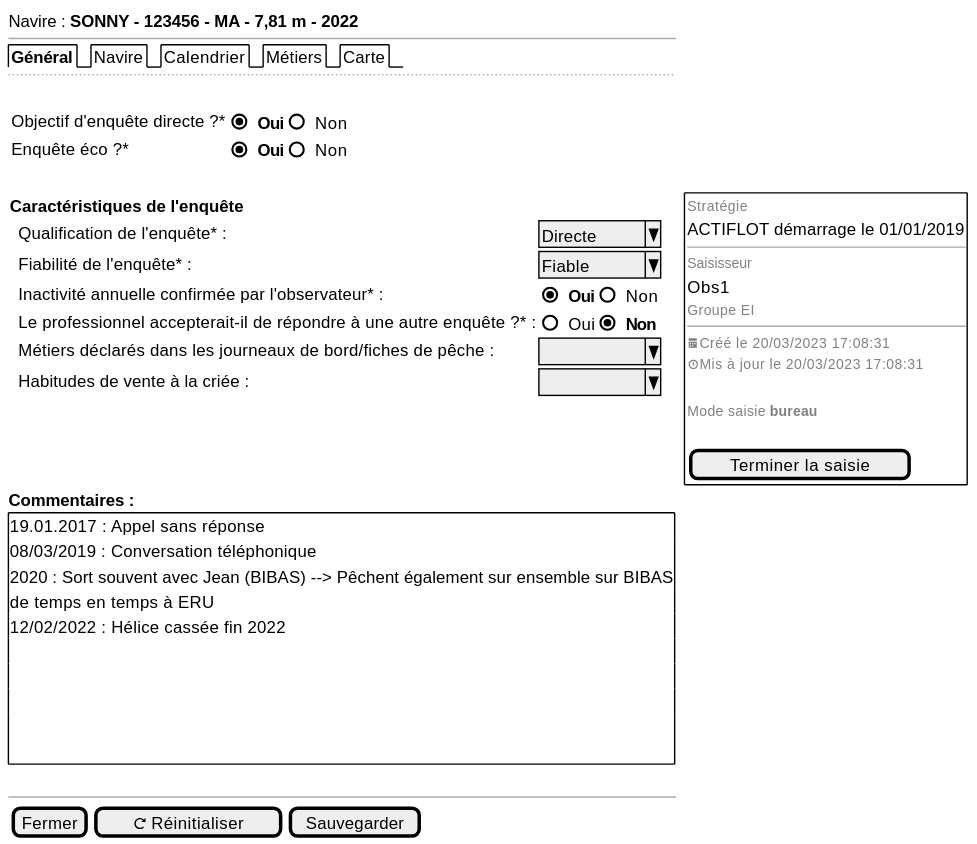
Above: projects/activity-calendar/spe/images/activity-calendar-new-general.svg in sumaris-net/sumaris-doc (PlantUML), before the change.
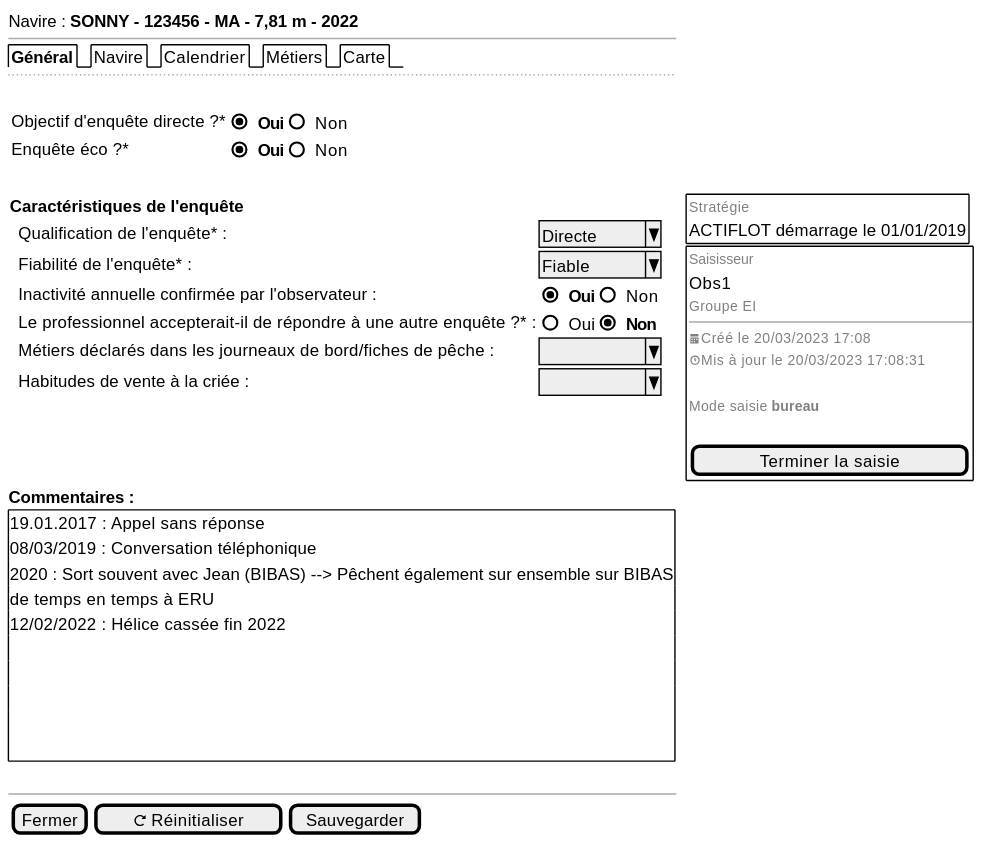
Later version of the same file.

The edit, as a diff of the source:
```diff
@@ -15,27 +15,29 @@
      {
      . | Qualification de l'enquête* : | ^Directe  ^
      . | Fiabilité de l'enquête* : | ^Fiable   ^
-     . | Inactivité annuelle confirmée par l'observateur* : | { (X) <b>Oui | () Non }
+     . | Inactivité annuelle confirmée par l'observateur : | { (X) <b>Oui | () Non }
      . | Le professionnel accepterait-il de répondre à une autre enquête ?* : | { () Oui | (X) <b>Non }
      . | Métiers déclarés dans les journeaux de bord/fiches de pêche : | ^         ^
      . | Habitudes de vente à la criée : | ^         ^
      }
-  } . {+
+  } . {{+
                            {
                            <font color=grey size=10>Stratégie
                            ACTIFLOT démarrage le 01/01/2019
-                           --
+                           }}
+                           {+
+                           {
                            <font color=grey size=10>Saisisseur
                            Obs1
                            <font color=grey size=10>Groupe EI
                            --
-                           <font color=grey size=10><&calendar>Créé le 20/03/2023 17:08:31
+                           <font color=grey size=10><&calendar>Créé le 20/03/2023 17:08
                            <font color=grey size=10><&clock>Mis à jour le 20/03/2023 17:08:31
                            .
                            <font color=grey size=10>Mode saisie <b>bureau
                            .
-                           [ Terminer la saisie]
-                           }}
+                           [ Terminer la saisie     ]
+                           }}}
     <b>Commentaires :
          {+ 19.01.2017 : Appel sans réponse
             08/03/2019 : Conversation téléphonique
```
